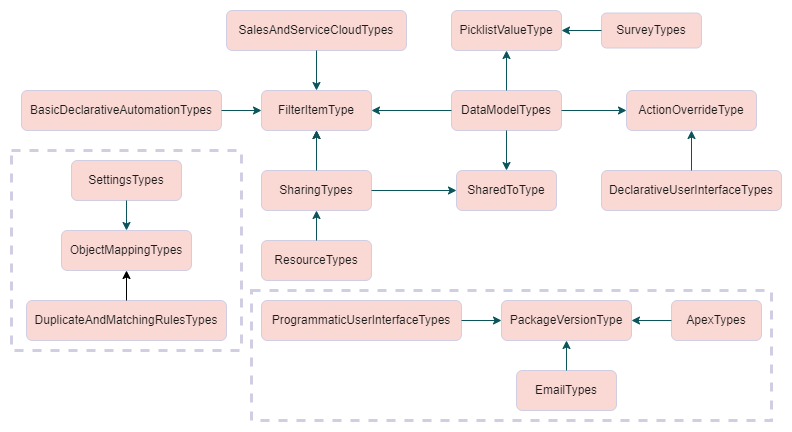
Above: package_diagram.png in learnbenlearn/ApexMetadataAPI (draw.io), before the change. Source tidied: cells renumbered, new cells last; positions are measured from the earlier drawing's top-left corner, leaving out a move shared by most shapes.
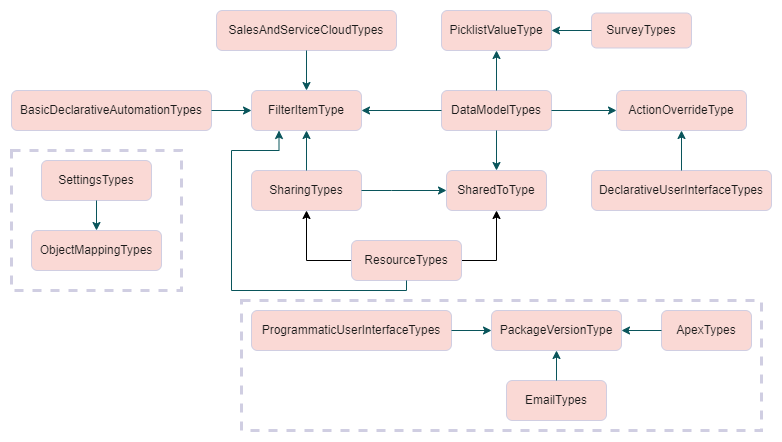
After the change.

Commit message:
finished creating package versions

What changed in the source:
```diff
@@ -3,14 +3,21 @@
     <mxCell id="0" />
     <mxCell id="1" parent="0" />
     <mxCell id="2" style="group;fontColor=#1A1A1A;" parent="1" vertex="1">
-      <mxGeometry x="10" width="760" height="340" as="geometry" />
+      <mxGeometry x="10" width="760" height="310" as="geometry" />
     </mxCell>
+    <mxCell id="43" style="edgeStyle=orthogonalEdgeStyle;rounded=0;jettySize=auto;html=1;entryX=0.5;entryY=1;entryDx=0;entryDy=0;exitX=0;exitY=0.5;exitDx=0;exitDy=0;" parent="2" edge="1" source="3" target="5">
+      <mxGeometry relative="1" as="geometry">
+        <Array as="points">
+          <mxPoint x="295" y="250" />
+        </Array>
+      </mxGeometry>
+    </mxCell>
+    <mxCell id="44" style="edgeStyle=orthogonalEdgeStyle;rounded=0;jettySize=auto;html=1;entryX=0.5;entryY=1;entryDx=0;entryDy=0;exitX=1;exitY=0.5;exitDx=0;exitDy=0;" parent="2" edge="1" source="3" target="6">
+      <mxGeometry relative="1" as="geometry" />
+    </mxCell>
     <mxCell id="3" value="ResourceTypes" style="rounded=1;whiteSpace=wrap;html=1;fillColor=#FAD9D5;strokeColor=#D0CEE2;fontColor=#1A1A1A;" parent="2" vertex="1">
-      <mxGeometry x="240" y="230" width="110" height="40" as="geometry" />
+      <mxGeometry x="340" y="230" width="110" height="40" as="geometry" />
     </mxCell>
-    <mxCell id="4" style="edgeStyle=orthogonalEdgeStyle;rounded=0;jettySize=auto;html=1;" parent="2" edge="1" source="5" target="15">
-      <mxGeometry relative="1" as="geometry" />
-    </mxCell>
     <mxCell id="5" value="SharingTypes" style="rounded=1;whiteSpace=wrap;html=1;fillColor=#FAD9D5;strokeColor=#D0CEE2;fontColor=#1A1A1A;" parent="2" vertex="1">
       <mxGeometry x="240" y="160" width="110" height="40" as="geometry" />
     </mxCell>
@@ -47,8 +54,13 @@
     <mxCell id="16" style="edgeStyle=orthogonalEdgeStyle;rounded=0;jettySize=auto;html=1;strokeColor=#09555B;fontColor=#1A1A1A;" parent="13" edge="1" source="14" target="15">
       <mxGeometry relative="1" as="geometry" />
     </mxCell>
-    <mxCell id="17" style="edgeStyle=orthogonalEdgeStyle;rounded=0;jettySize=auto;html=1;strokeColor=#09555B;fontColor=#1A1A1A;" parent="2" edge="1" source="5" target="6">
-      <mxGeometry relative="1" as="geometry" />
+    <mxCell id="17" style="edgeStyle=orthogonalEdgeStyle;rounded=0;jettySize=auto;html=1;strokeColor=#09555B;fontColor=#1A1A1A;exitX=1;exitY=0.5;exitDx=0;exitDy=0;entryX=0;entryY=0.5;entryDx=0;entryDy=0;" parent="2" edge="1" source="5" target="6">
+      <mxGeometry relative="1" as="geometry">
+        <Array as="points">
+          <mxPoint x="380" y="180" />
+          <mxPoint x="380" y="180" />
+        </Array>
+      </mxGeometry>
     </mxCell>
     <mxCell id="18" style="edgeStyle=orthogonalEdgeStyle;rounded=0;jettySize=auto;html=1;strokeColor=#09555B;fontColor=#1A1A1A;" parent="2" edge="1" source="7" target="8">
       <mxGeometry relative="1" as="geometry" />
@@ -71,34 +83,41 @@
     <mxCell id="24" style="edgeStyle=orthogonalEdgeStyle;rounded=0;jettySize=auto;html=1;strokeColor=#09555B;fontColor=#1A1A1A;" parent="2" edge="1" source="9" target="15">
       <mxGeometry relative="1" as="geometry" />
     </mxCell>
-    <mxCell id="25" style="edgeStyle=orthogonalEdgeStyle;rounded=0;jettySize=auto;html=1;strokeColor=#09555B;fontColor=#1A1A1A;" parent="2" edge="1" source="5" target="15">
-      <mxGeometry relative="1" as="geometry" />
+    <mxCell id="25" style="edgeStyle=orthogonalEdgeStyle;rounded=0;jettySize=auto;html=1;strokeColor=#09555B;fontColor=#1A1A1A;exitX=0.5;exitY=0;exitDx=0;exitDy=0;" parent="2" edge="1" source="5" target="15">
+      <mxGeometry relative="1" as="geometry">
+        <Array as="points">
+          <mxPoint x="295" y="160" />
+          <mxPoint x="295" y="160" />
+        </Array>
+      </mxGeometry>
     </mxCell>
-    <mxCell id="26" style="edgeStyle=orthogonalEdgeStyle;rounded=0;jettySize=auto;html=1;strokeColor=#09555B;fontColor=#1A1A1A;" parent="2" edge="1" source="3">
+    <mxCell id="26" style="edgeStyle=orthogonalEdgeStyle;rounded=0;jettySize=auto;html=1;strokeColor=#09555B;fontColor=#1A1A1A;exitX=0.5;exitY=1;exitDx=0;exitDy=0;entryX=0.25;entryY=1;entryDx=0;entryDy=0;" parent="2" edge="1" source="3" target="15">
       <mxGeometry relative="1" as="geometry">
-        <mxPoint x="295" y="200" as="targetPoint" />
+        <Array as="points">
+          <mxPoint x="395" y="280" />
+          <mxPoint x="220" y="280" />
+          <mxPoint x="220" y="140" />
+          <mxPoint x="268" y="140" />
+        </Array>
       </mxGeometry>
     </mxCell>
     <mxCell id="27" style="whiteSpace=wrap;html=1;rounded=0;strokeColor=#D0CEE2;strokeWidth=3;dashed=1;fillColor=none;fontColor=#1A1A1A;" parent="2" vertex="1">
-      <mxGeometry x="-10" y="140" width="230" height="200" as="geometry" />
+      <mxGeometry y="140" width="170" height="140" as="geometry" />
     </mxCell>
     <mxCell id="28" value="SettingsTypes" style="rounded=1;whiteSpace=wrap;html=1;fillColor=#FAD9D5;strokeColor=#D0CEE2;fontColor=#1A1A1A;" parent="2" vertex="1">
-      <mxGeometry x="50" y="150" width="110" height="40" as="geometry" />
+      <mxGeometry x="30" y="150" width="110" height="40" as="geometry" />
     </mxCell>
-    <mxCell id="29" value="DuplicateAndMatchingRulesTypes" style="rounded=1;whiteSpace=wrap;html=1;fillColor=#FAD9D5;strokeColor=#D0CEE2;fontColor=#1A1A1A;" parent="2" vertex="1">
-      <mxGeometry x="5" y="290" width="200" height="40" as="geometry" />
-    </mxCell>
     <mxCell id="30" style="group;fontColor=#1A1A1A;" parent="1" vertex="1">
       <mxGeometry x="30" y="220" width="130" height="110" as="geometry" />
     </mxCell>
     <mxCell id="31" value="ObjectMappingTypes" style="rounded=1;whiteSpace=wrap;html=1;fillColor=#FAD9D5;strokeColor=#D0CEE2;fontColor=#1A1A1A;" parent="30" vertex="1">
-      <mxGeometry x="20" width="130" height="40" as="geometry" />
+      <mxGeometry width="130" height="40" as="geometry" />
     </mxCell>
     <mxCell id="32" style="edgeStyle=orthogonalEdgeStyle;rounded=0;jettySize=auto;html=1;strokeColor=#09555B;fontColor=#1A1A1A;" parent="1" edge="1" source="28" target="31">
       <mxGeometry relative="1" as="geometry" />
     </mxCell>
     <mxCell id="33" style="group;strokeColor=none;perimeterSpacing=14;strokeWidth=1;rounded=0;fontColor=#1A1A1A;" parent="1" vertex="1">
-      <mxGeometry x="250" y="290" width="510" height="120" as="geometry" />
+      <mxGeometry x="250" y="300" width="510" height="120" as="geometry" />
     </mxCell>
     <mxCell id="34" value="PackageVersionType" style="rounded=1;whiteSpace=wrap;html=1;fillColor=#FAD9D5;strokeColor=#D0CEE2;fontColor=#1A1A1A;" parent="33" vertex="1">
       <mxGeometry x="240" width="130" height="40" as="geometry" />
@@ -124,8 +143,5 @@
     <mxCell id="41" style="rounded=0;whiteSpace=wrap;html=1;dashed=1;strokeColor=#D0CEE2;strokeWidth=3;fillColor=none;fontColor=#1A1A1A;" parent="33" vertex="1">
       <mxGeometry x="-10" y="-10" width="520" height="130" as="geometry" />
     </mxCell>
-    <mxCell id="42" style="edgeStyle=orthogonalEdgeStyle;rounded=0;jettySize=auto;html=1;" parent="1" edge="1" source="29" target="31">
-      <mxGeometry relative="1" as="geometry" />
-    </mxCell>
   </root>
 </mxGraphModel>
```
